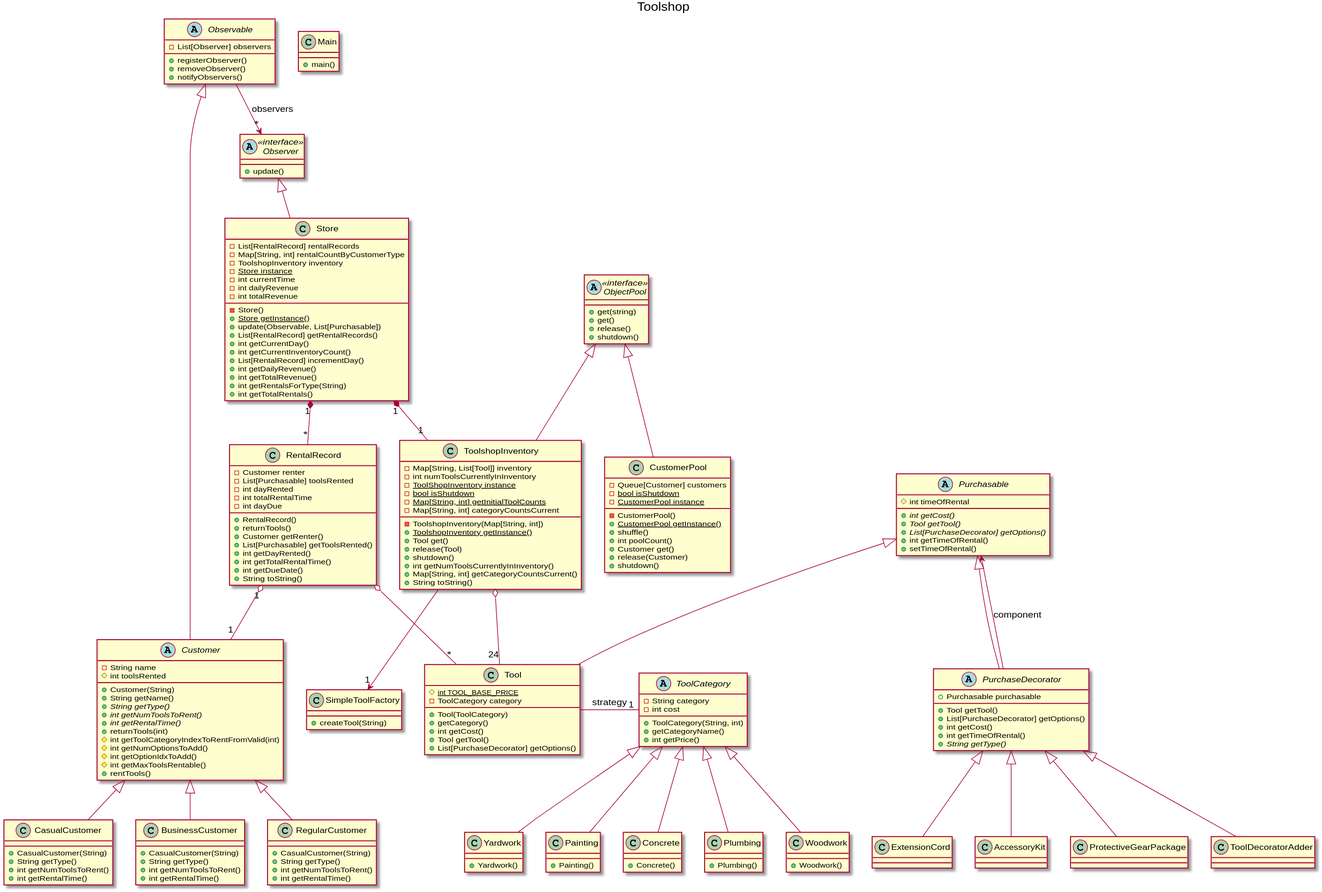
1s0m0rph/OOAD_project3 keeps this PlantUML diagram as class_diagram.svg. Above is the earlier version.
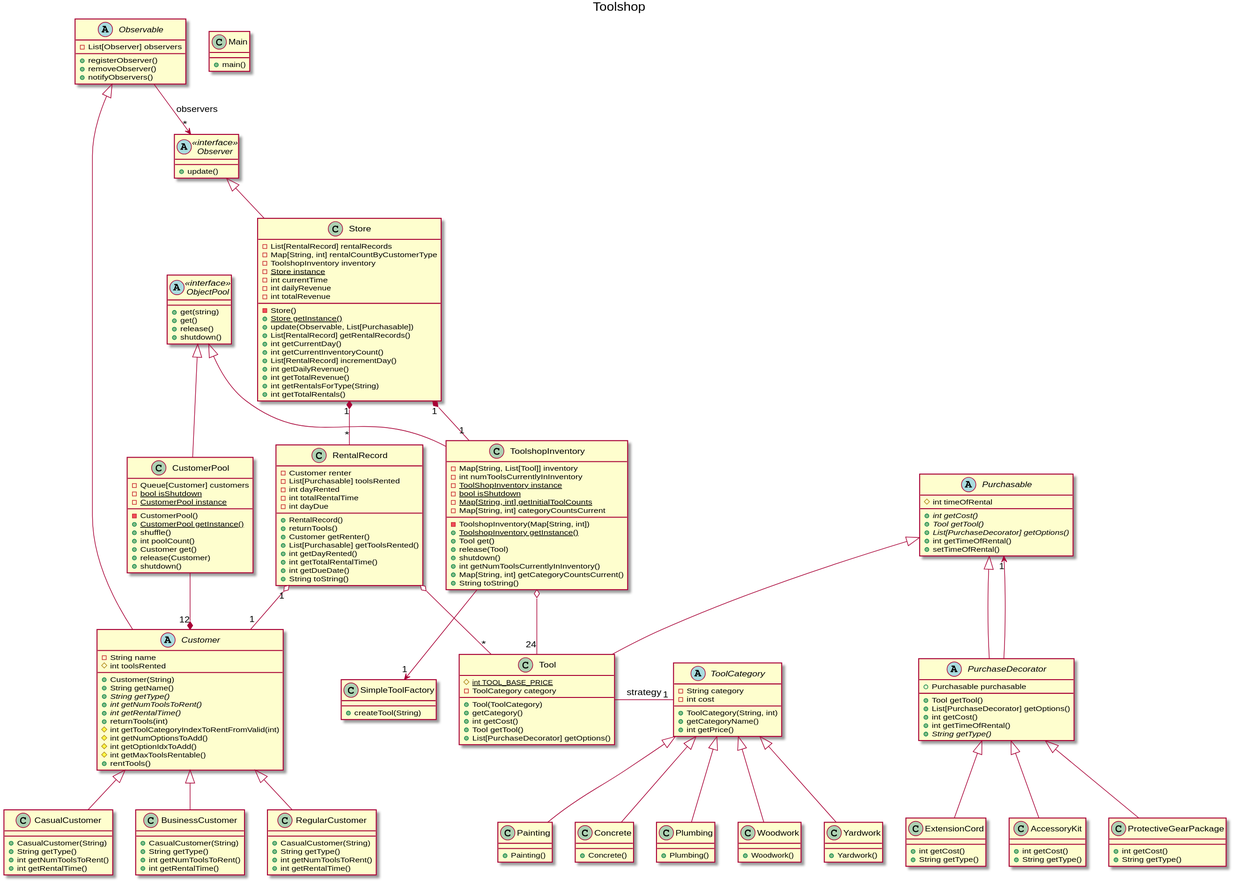
Above is the later version.

The edit, as a diff of the source:
```diff
@@ -152,16 +152,27 @@
 Purchasable <|-down- PurchaseDecorator
 
 class ExtensionCord
+{
+    +int getCost()
+    +String getType()
+}
 class AccessoryKit
+{
+    +int getCost()
+    +String getType()
+}
 class ProtectiveGearPackage
+{
+    +int getCost()
+    +String getType()
+}
 
 PurchaseDecorator <|-down- ExtensionCord
 PurchaseDecorator <|-down- AccessoryKit
 PurchaseDecorator <|-down- ProtectiveGearPackage
-PurchaseDecorator <|-down- ToolDecoratorAdder
 
 
-PurchaseDecorator --> Purchasable: component
+PurchaseDecorator --> "1" Purchasable
 
 abstract class Customer
 {
@@ -238,6 +249,8 @@
     +shutdown()
 }
 
+CustomerPool --* "12" Customer
+
 class Main
 {
     + main()
```
